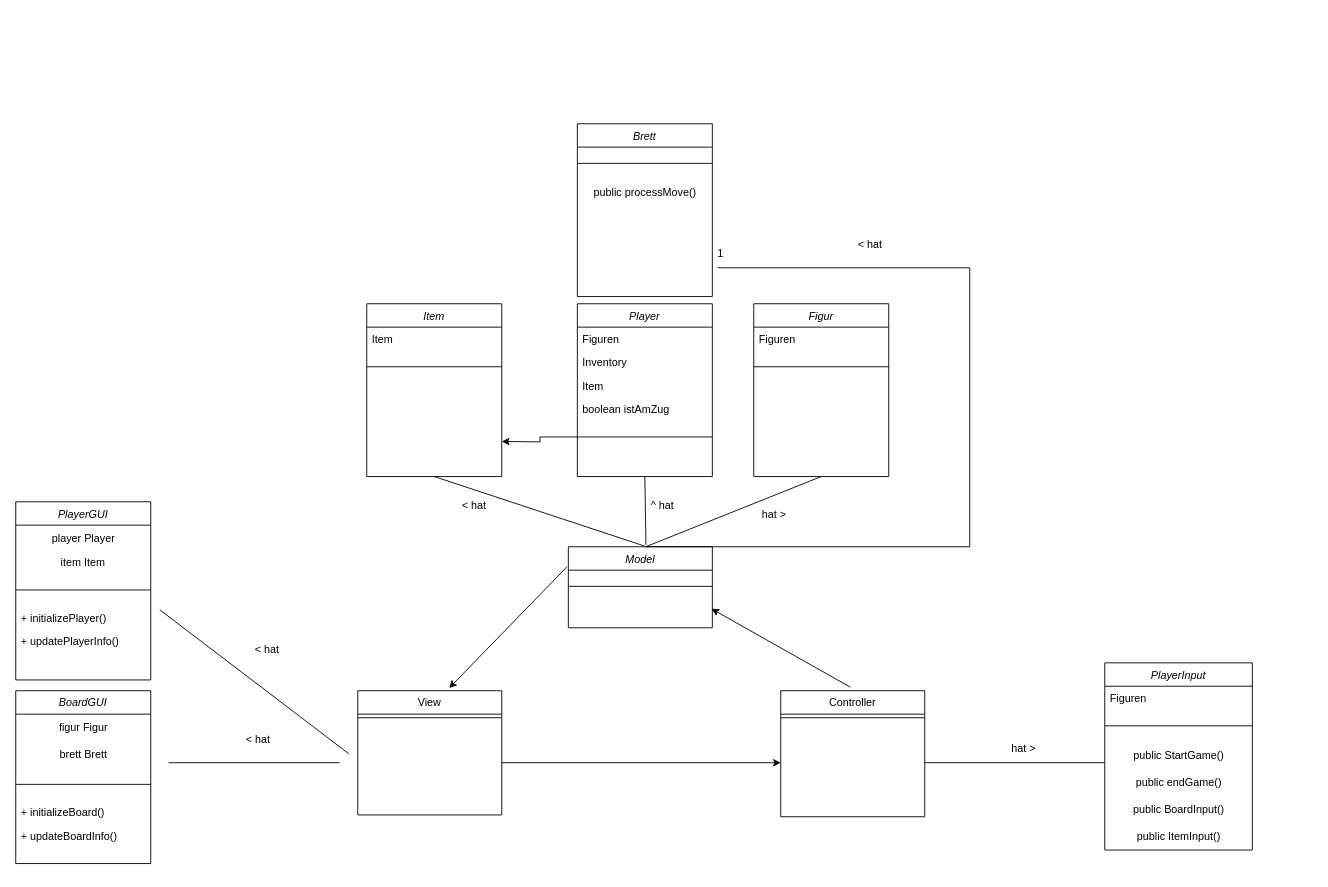
The draw.io diagram ProjektSmthidk.drawio in Swagsy/Eclipselovers69, before the edit. Source tidied: cells renumbered, new cells numbered last; positions are measured from the earlier drawing's top-left corner, leaving out a move shared by most shapes. Both pictures are drawn from the tidied source at 90%, with x=0, y=0 at pixel (15, 123).
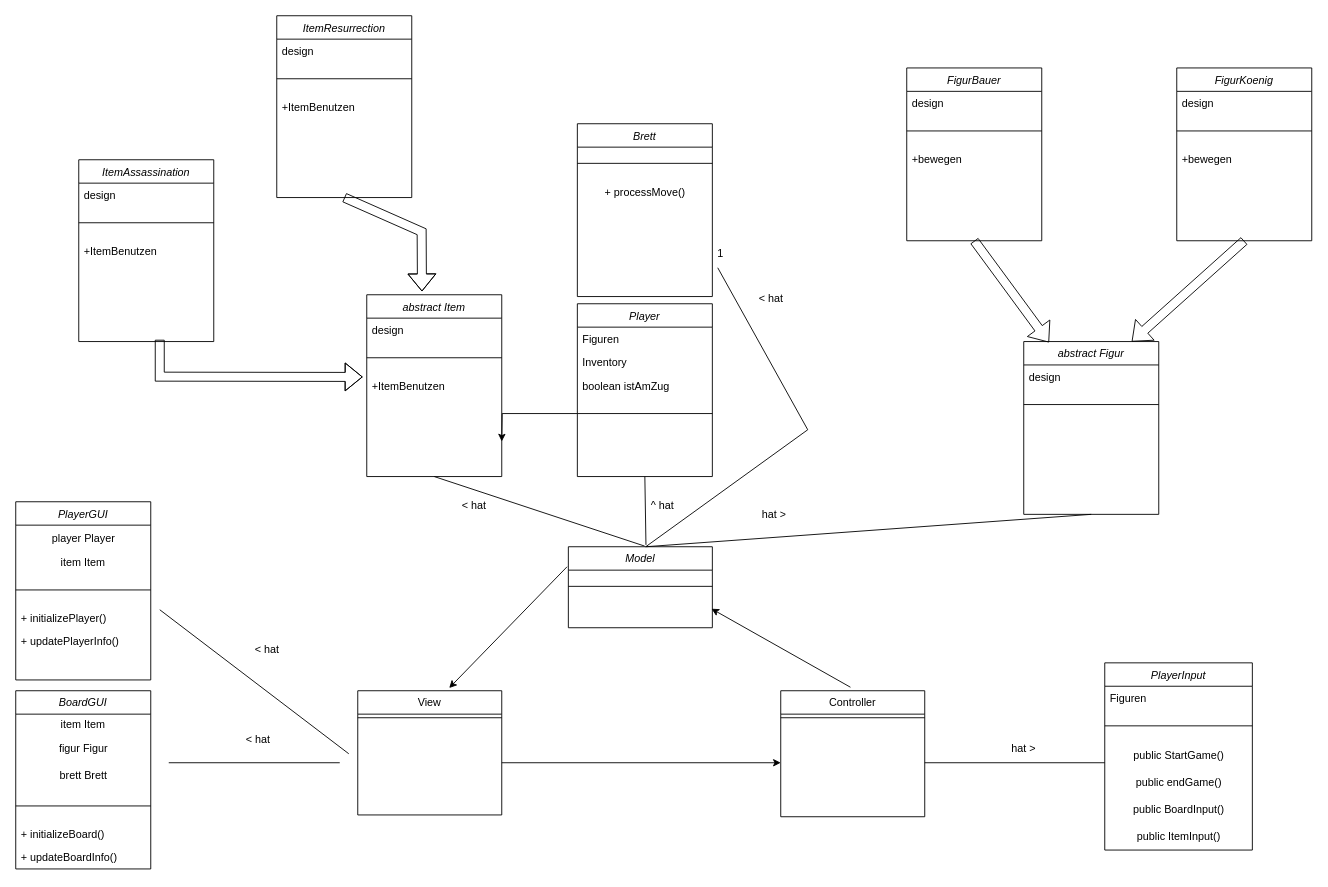
The same page after the edit.

The change refers to these unchanged cells:
```xml
<mxCell id="10" value="Player" style="swimlane;fontStyle=2;align=center;verticalAlign=top;horizontal=1;startSize=26;rounded=0;shadow=0;strokeWidth=1;" parent="1" vertex="1">
  <mxGeometry x="624" y="200" width="150" height="192" as="geometry" />
</mxCell>
<mxCell id="23" value="Brett" style="swimlane;fontStyle=2;align=center;verticalAlign=top;horizontal=1;startSize=26;rounded=0;shadow=0;strokeWidth=1;" parent="1" vertex="1">
  <mxGeometry x="624" width="150" height="192" as="geometry" />
</mxCell>
```

What changed in the source:
```diff
@@
-    <mxCell id="13" value="Item&#10;" style="text;align=left;verticalAlign=top;spacingLeft=4;spacingRight=4;overflow=hidden;rounded=0;shadow=0;html=0;" parent="10" vertex="1">
-      <mxGeometry y="78" width="150" height="26" as="geometry" />
-    </mxCell>
     <mxCell id="14" value="boolean istAmZug" style="text;align=left;verticalAlign=top;spacingLeft=4;spacingRight=4;overflow=hidden;rounded=0;shadow=0;html=0;" parent="10" vertex="1">
-      <mxGeometry y="104" width="150" height="26" as="geometry" />
+      <mxGeometry y="78" width="150" height="26" as="geometry" />
     </mxCell>
     <mxCell id="15" style="line;html=1;strokeWidth=1;align=left;verticalAlign=middle;spacingTop=-1;spacingLeft=3;spacingRight=3;labelPosition=right;points=[];portConstraint=eastwest;" parent="10" vertex="1">
-      <mxGeometry y="130" width="150" height="36" as="geometry" />
+      <mxGeometry y="104" width="150" height="36" as="geometry" />
     </mxCell>
@@
-    <mxCell id="17" value="Figur" style="swimlane;fontStyle=2;align=center;verticalAlign=top;horizontal=1;startSize=26;rounded=0;shadow=0;strokeWidth=1;" parent="1" vertex="1">
-      <mxGeometry x="820" y="200" width="150" height="192" as="geometry" />
+    <mxCell id="17" value="abstract Figur" style="swimlane;fontStyle=2;align=center;verticalAlign=top;horizontal=1;startSize=26;rounded=0;shadow=0;strokeWidth=1;" parent="1" vertex="1">
+      <mxGeometry x="1120" y="242" width="150" height="192" as="geometry" />
     </mxCell>
-    <mxCell id="18" value="Figuren&#10;" style="text;align=left;verticalAlign=top;spacingLeft=4;spacingRight=4;overflow=hidden;" parent="17" vertex="1">
+    <mxCell id="18" value="design" style="text;align=left;verticalAlign=top;spacingLeft=4;spacingRight=4;overflow=hidden;" parent="17" vertex="1">
       <mxGeometry y="26" width="150" height="26" as="geometry" />
     </mxCell>
@@
-    <mxCell id="20" value="Item" style="swimlane;fontStyle=2;align=center;verticalAlign=top;horizontal=1;startSize=26;rounded=0;shadow=0;strokeWidth=1;" parent="1" vertex="1">
-      <mxGeometry x="390" y="200" width="150" height="192" as="geometry" />
+    <mxCell id="20" value="abstract Item&#10;" style="swimlane;fontStyle=2;align=center;verticalAlign=top;horizontal=1;startSize=26;rounded=0;shadow=0;strokeWidth=1;" parent="1" vertex="1">
+      <mxGeometry x="390" y="190" width="150" height="202" as="geometry" />
     </mxCell>
-    <mxCell id="21" value="Item&#10;" style="text;align=left;verticalAlign=top;spacingLeft=4;spacingRight=4;overflow=hidden;rounded=0;shadow=0;html=0;" parent="20" vertex="1">
+    <mxCell id="21" value="design" style="text;align=left;verticalAlign=top;spacingLeft=4;spacingRight=4;overflow=hidden;rounded=0;shadow=0;html=0;" parent="20" vertex="1">
       <mxGeometry y="26" width="150" height="26" as="geometry" />
     </mxCell>
@@
+    <mxCell id="61" value="+ItemBenutzen" style="text;align=left;verticalAlign=top;spacingLeft=4;spacingRight=4;overflow=hidden;points=[[0,0.5],[1,0.5]];portConstraint=eastwest;rounded=0;shadow=0;html=0;" parent="20" vertex="1">
+      <mxGeometry y="88" width="150" height="26" as="geometry" />
+    </mxCell>
@@
-    <mxCell id="25" value="public processMove()" style="text;html=1;align=center;verticalAlign=middle;strokeColor=none;fillColor=none;" parent="23" vertex="1">
+    <mxCell id="25" value="+ processMove()" style="text;html=1;align=center;verticalAlign=middle;strokeColor=none;fillColor=none;" parent="23" vertex="1">
       <mxGeometry y="62" width="150" height="30" as="geometry" />
     </mxCell>
@@
     <mxCell id="30" style="endArrow=none;html=1;rounded=0;" parent="1" edge="1">
       <mxGeometry relative="1" as="geometry">
         <mxPoint x="700" y="470" as="sourcePoint" />
         <mxPoint x="780" y="160" as="targetPoint" />
         <Array as="points">
-          <mxPoint x="1060" y="470" />
-          <mxPoint x="1060" y="160" />
+          <mxPoint x="880" y="340" />
         </Array>
       </mxGeometry>
     </mxCell>
@@
     <mxCell id="32" value="&amp;lt; hat" style="text;strokeColor=none;fillColor=none;align=left;verticalAlign=middle;spacingLeft=4;spacingRight=4;overflow=hidden;whiteSpace=wrap;html=1;" parent="1" vertex="1">
-      <mxGeometry x="930" y="120" width="80" height="30" as="geometry" />
+      <mxGeometry x="820" y="180" width="80" height="30" as="geometry" />
     </mxCell>
@@
     <mxCell id="37" value="BoardGUI" style="swimlane;fontStyle=2;align=center;verticalAlign=top;horizontal=1;startSize=26;rounded=0;shadow=0;strokeWidth=1;" parent="1" vertex="1">
-      <mxGeometry y="630" width="150" height="192" as="geometry" />
+      <mxGeometry y="630" width="150" height="198" as="geometry" />
     </mxCell>
+    <mxCell id="62" value="item Item" style="text;html=1;strokeColor=none;fillColor=none;align=center;verticalAlign=middle;whiteSpace=wrap;rounded=0;" parent="37" vertex="1">
+      <mxGeometry y="26" width="150" height="24" as="geometry" />
+    </mxCell>
     <mxCell id="38" value="figur Figur" style="text;html=1;align=center;verticalAlign=middle;strokeColor=none;fillColor=none;" parent="37" vertex="1">
-      <mxGeometry y="26" width="150" height="30" as="geometry" />
+      <mxGeometry y="50" width="150" height="30" as="geometry" />
     </mxCell>
     <mxCell id="39" value="brett Brett" style="text;html=1;align=center;verticalAlign=middle;strokeColor=none;fillColor=none;" parent="37" vertex="1">
-      <mxGeometry y="56" width="150" height="30" as="geometry" />
+      <mxGeometry y="80" width="150" height="30" as="geometry" />
     </mxCell>
     <mxCell id="40" style="line;html=1;strokeWidth=1;align=left;verticalAlign=middle;spacingTop=-1;spacingLeft=3;spacingRight=3;labelPosition=right;" parent="37" vertex="1">
-      <mxGeometry y="86" width="150" height="36" as="geometry" />
+      <mxGeometry y="110" width="150" height="36" as="geometry" />
     </mxCell>
     <mxCell id="41" value="+ initializeBoard()" style="text;align=left;verticalAlign=top;spacingLeft=4;spacingRight=4;overflow=hidden;" parent="37" vertex="1">
-      <mxGeometry y="122" width="150" height="26" as="geometry" />
+      <mxGeometry y="146" width="150" height="26" as="geometry" />
     </mxCell>
     <mxCell id="42" value="+ updateBoardInfo()" style="text;align=left;verticalAlign=top;spacingLeft=4;spacingRight=4;overflow=hidden;" parent="37" vertex="1">
-      <mxGeometry y="148" width="150" height="26" as="geometry" />
+      <mxGeometry y="172" width="150" height="26" as="geometry" />
     </mxCell>
@@
+    <mxCell id="63" value="ItemAssassination" style="swimlane;fontStyle=2;align=center;verticalAlign=top;horizontal=1;startSize=26;rounded=0;shadow=0;strokeWidth=1;" parent="1" vertex="1">
+      <mxGeometry x="70" y="40" width="150" height="202" as="geometry" />
+    </mxCell>
+    <mxCell id="64" value="design" style="text;align=left;verticalAlign=top;spacingLeft=4;spacingRight=4;overflow=hidden;rounded=0;shadow=0;html=0;" parent="63" vertex="1">
+      <mxGeometry y="26" width="150" height="26" as="geometry" />
+    </mxCell>
+    <mxCell id="65" style="line;html=1;strokeWidth=1;align=left;verticalAlign=middle;spacingTop=-1;spacingLeft=3;spacingRight=3;labelPosition=right;" parent="63" vertex="1">
+      <mxGeometry y="52" width="150" height="36" as="geometry" />
+    </mxCell>
+    <mxCell id="66" value="+ItemBenutzen" style="text;align=left;verticalAlign=top;spacingLeft=4;spacingRight=4;overflow=hidden;rounded=0;shadow=0;html=0;" parent="63" vertex="1">
+      <mxGeometry y="88" width="150" height="26" as="geometry" />
+    </mxCell>
+    <mxCell id="67" value="ItemResurrection" style="swimlane;fontStyle=2;align=center;verticalAlign=top;horizontal=1;startSize=26;rounded=0;shadow=0;strokeWidth=1;" parent="1" vertex="1">
+      <mxGeometry x="290" y="-120" width="150" height="202" as="geometry" />
+    </mxCell>
+    <mxCell id="68" value="design" style="text;align=left;verticalAlign=top;spacingLeft=4;spacingRight=4;overflow=hidden;rounded=0;shadow=0;html=0;" parent="67" vertex="1">
+      <mxGeometry y="26" width="150" height="26" as="geometry" />
+    </mxCell>
+    <mxCell id="69" style="line;html=1;strokeWidth=1;align=left;verticalAlign=middle;spacingTop=-1;spacingLeft=3;spacingRight=3;labelPosition=right;" parent="67" vertex="1">
+      <mxGeometry y="52" width="150" height="36" as="geometry" />
+    </mxCell>
+    <mxCell id="70" value="+ItemBenutzen" style="text;align=left;verticalAlign=top;spacingLeft=4;spacingRight=4;overflow=hidden;rounded=0;shadow=0;html=0;" parent="67" vertex="1">
+      <mxGeometry y="88" width="150" height="26" as="geometry" />
+    </mxCell>
+    <mxCell id="71" style="shape=flexArrow;endArrow=classic;html=1;rounded=0;entryX=-0.03;entryY=0.128;entryDx=0;entryDy=0;entryPerimeter=0;" parent="1" edge="1" target="61">
+      <mxGeometry relative="1" as="geometry">
+        <mxPoint x="160" y="240" as="sourcePoint" />
+        <Array as="points">
+          <mxPoint x="160" y="281" />
+        </Array>
+      </mxGeometry>
+    </mxCell>
+    <mxCell id="72" style="shape=flexArrow;endArrow=classic;html=1;rounded=0;entryX=0.409;entryY=-0.018;entryDx=0;entryDy=0;entryPerimeter=0;exitX=0.5;exitY=1;exitDx=0;exitDy=0;" parent="1" edge="1" source="67" target="20">
+      <mxGeometry relative="1" as="geometry">
+        <Array as="points">
+          <mxPoint x="451" y="120" />
+        </Array>
+      </mxGeometry>
+    </mxCell>
+    <mxCell id="73" value="FigurBauer" style="swimlane;fontStyle=2;align=center;verticalAlign=top;horizontal=1;startSize=26;rounded=0;shadow=0;strokeWidth=1;" parent="1" vertex="1">
+      <mxGeometry x="990" y="-62" width="150" height="192" as="geometry" />
+    </mxCell>
+    <mxCell id="74" value="design" style="text;align=left;verticalAlign=top;spacingLeft=4;spacingRight=4;overflow=hidden;" parent="73" vertex="1">
+      <mxGeometry y="26" width="150" height="26" as="geometry" />
+    </mxCell>
+    <mxCell id="75" style="line;html=1;strokeWidth=1;align=left;verticalAlign=middle;spacingTop=-1;spacingLeft=3;spacingRight=3;labelPosition=right;" parent="73" vertex="1">
+      <mxGeometry y="52" width="150" height="36" as="geometry" />
+    </mxCell>
+    <mxCell id="76" value="+bewegen" style="text;align=left;verticalAlign=top;spacingLeft=4;spacingRight=4;overflow=hidden;" parent="73" vertex="1">
+      <mxGeometry y="88" width="150" height="26" as="geometry" />
+    </mxCell>
+    <mxCell id="77" value="FigurKoenig" style="swimlane;fontStyle=2;align=center;verticalAlign=top;horizontal=1;startSize=26;rounded=0;shadow=0;strokeWidth=1;" parent="1" vertex="1">
+      <mxGeometry x="1290" y="-62" width="150" height="192" as="geometry" />
+    </mxCell>
+    <mxCell id="78" value="design" style="text;align=left;verticalAlign=top;spacingLeft=4;spacingRight=4;overflow=hidden;" parent="77" vertex="1">
+      <mxGeometry y="26" width="150" height="26" as="geometry" />
+    </mxCell>
+    <mxCell id="79" style="line;html=1;strokeWidth=1;align=left;verticalAlign=middle;spacingTop=-1;spacingLeft=3;spacingRight=3;labelPosition=right;" parent="77" vertex="1">
+      <mxGeometry y="52" width="150" height="36" as="geometry" />
+    </mxCell>
+    <mxCell id="80" value="+bewegen" style="text;align=left;verticalAlign=top;spacingLeft=4;spacingRight=4;overflow=hidden;" parent="77" vertex="1">
+      <mxGeometry y="88" width="150" height="26" as="geometry" />
+    </mxCell>
+    <mxCell id="81" style="shape=flexArrow;endArrow=classic;html=1;rounded=0;exitX=0.5;exitY=1;exitDx=0;exitDy=0;entryX=0.187;entryY=0.005;entryDx=0;entryDy=0;entryPerimeter=0;" parent="1" edge="1" source="73" target="17">
+      <mxGeometry relative="1" as="geometry" />
+    </mxCell>
+    <mxCell id="82" style="shape=flexArrow;endArrow=classic;html=1;rounded=0;exitX=0.5;exitY=1;exitDx=0;exitDy=0;entryX=0.8;entryY=0;entryDx=0;entryDy=0;entryPerimeter=0;" parent="1" edge="1" source="77" target="17">
+      <mxGeometry relative="1" as="geometry" />
+    </mxCell>
```
